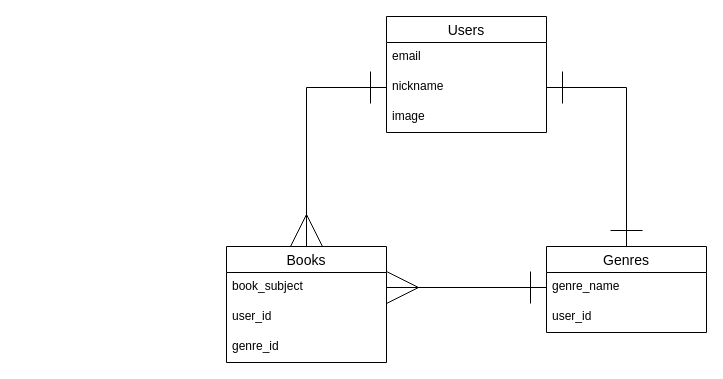
This is ERfigure.dio from sam-19950315/YOMEBA, a draw.io file, before an edit. Source tidied: cells renumbered, new cells numbered last; positions are measured from the earlier drawing's top-left corner, leaving out a move shared by most shapes. Both pictures are drawn from the tidied source at 100%, with x=0, y=0 at pixel (226, 16).
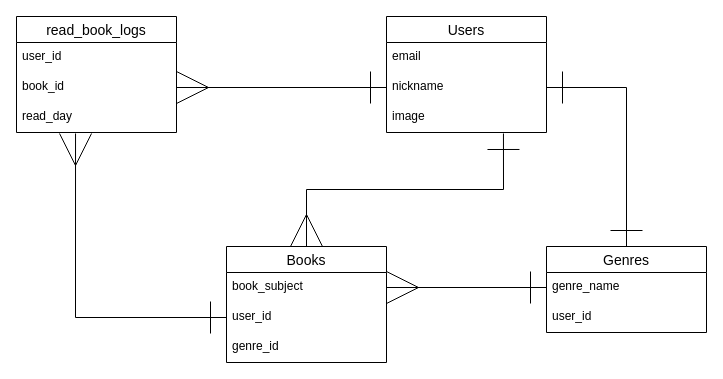
The same page after the edit.

The change refers to these unchanged cells:
```xml
<mxCell id="5" value="nickname" style="text;strokeColor=none;fillColor=none;spacingLeft=4;spacingRight=4;overflow=hidden;points=[[0,0.5],[1,0.5]];portConstraint=eastwest;fontSize=12;" parent="3" vertex="1">
  <mxGeometry y="56" width="160" height="30" as="geometry" />
</mxCell>
<mxCell id="6" value="image" style="text;strokeColor=none;fillColor=none;spacingLeft=4;spacingRight=4;overflow=hidden;points=[[0,0.5],[1,0.5]];portConstraint=eastwest;fontSize=12;" parent="3" vertex="1">
  <mxGeometry y="86" width="160" height="30" as="geometry" />
</mxCell>
<mxCell id="7" value="Books" style="swimlane;fontStyle=0;horizontal=1;startSize=26;align=center;fontSize=14;" parent="1" vertex="1">
  <mxGeometry y="230" width="160" height="116" as="geometry" />
</mxCell>
<mxCell id="9" value="user_id" style="text;strokeColor=none;fillColor=none;spacingLeft=4;spacingRight=4;overflow=hidden;points=[[0,0.5],[1,0.5]];portConstraint=eastwest;fontSize=12;" parent="7" vertex="1">
  <mxGeometry y="56" width="160" height="30" as="geometry" />
</mxCell>
```

Diff of the diagram source:
```diff
@@
-    <mxCell id="2" style="rounded=0;jettySize=auto;html=1;entryX=0.5;entryY=0;entryDx=0;entryDy=0;exitX=0;exitY=0.5;exitDx=0;exitDy=0;edgeStyle=orthogonalEdgeStyle;startArrow=ERone;startFill=0;endArrow=ERmany;endFill=0;endSize=30;startSize=30;" parent="1" edge="1" source="5" target="7">
+    <mxCell id="2" style="rounded=0;jettySize=auto;html=1;entryX=0.5;entryY=0;entryDx=0;entryDy=0;exitX=0.731;exitY=1.033;exitDx=0;exitDy=0;edgeStyle=orthogonalEdgeStyle;startArrow=ERone;startFill=0;endArrow=ERmany;endFill=0;endSize=30;startSize=30;exitPerimeter=0;" parent="1" edge="1" source="6" target="7">
       <mxGeometry relative="1" as="geometry" />
     </mxCell>
@@
+    <mxCell id="16" value="read_book_logs" style="swimlane;fontStyle=0;horizontal=1;startSize=26;align=center;fontSize=14;" parent="1" vertex="1">
+      <mxGeometry x="-210" width="160" height="116" as="geometry" />
+    </mxCell>
+    <mxCell id="17" value="user_id" style="text;strokeColor=none;fillColor=none;spacingLeft=4;spacingRight=4;overflow=hidden;fontSize=12;" parent="16" vertex="1">
+      <mxGeometry y="26" width="160" height="30" as="geometry" />
+    </mxCell>
+    <mxCell id="18" value="book_id" style="text;strokeColor=none;fillColor=none;spacingLeft=4;spacingRight=4;overflow=hidden;points=[[0,0.5],[1,0.5]];portConstraint=eastwest;fontSize=12;" parent="16" vertex="1">
+      <mxGeometry y="56" width="160" height="30" as="geometry" />
+    </mxCell>
+    <mxCell id="19" value="read_day" style="text;strokeColor=none;fillColor=none;spacingLeft=4;spacingRight=4;overflow=hidden;points=[[0,0.5],[1,0.5]];portConstraint=eastwest;fontSize=12;" parent="16" vertex="1">
+      <mxGeometry y="86" width="160" height="30" as="geometry" />
+    </mxCell>
+    <mxCell id="20" style="edgeStyle=orthogonalEdgeStyle;rounded=0;jettySize=auto;html=1;exitX=0;exitY=0.5;exitDx=0;exitDy=0;startArrow=ERone;startFill=0;endArrow=ERmany;endFill=0;startSize=30;endSize=30;" parent="1" edge="1" source="5" target="18">
+      <mxGeometry relative="1" as="geometry" />
+    </mxCell>
+    <mxCell id="21" style="edgeStyle=orthogonalEdgeStyle;rounded=0;jettySize=auto;html=1;entryX=0.369;entryY=1.033;entryDx=0;entryDy=0;entryPerimeter=0;startArrow=ERone;startFill=0;endArrow=ERmany;endFill=0;startSize=30;endSize=30;" parent="1" edge="1" source="9" target="19">
+      <mxGeometry relative="1" as="geometry">
+        <Array as="points">
+          <mxPoint x="-151" y="301" />
+        </Array>
+      </mxGeometry>
+    </mxCell>
```
